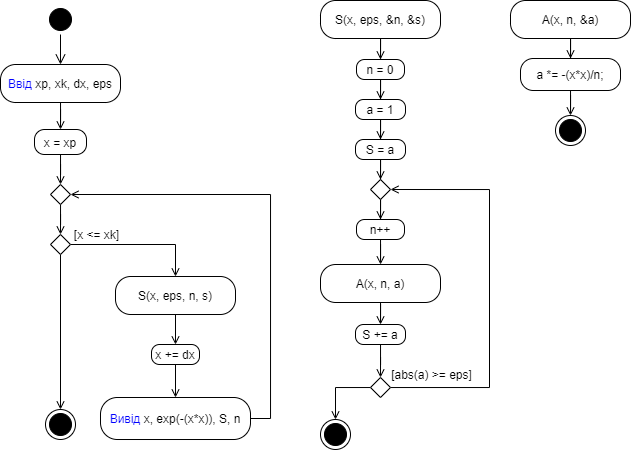
This is UML.png from fhctyw/Lab5.2, a draw.io export, as it was before one commit. Source tidied: cells renumbered, new cells last; positions are measured from the earlier drawing's top-left corner, leaving out a move shared by most shapes. The source it was exported from:
```xml
<mxGraphModel>
  <root>
    <mxCell id="0" />
    <mxCell id="1" parent="0" />
    <mxCell id="2" style="ellipse;html=1;shape=startState;fillColor=#000000;strokeColor=#000000;" parent="1" vertex="1">
      <mxGeometry x="45" y="4" width="30" height="30" as="geometry" />
    </mxCell>
    <mxCell id="3" style="edgeStyle=orthogonalEdgeStyle;html=1;verticalAlign=bottom;endArrow=open;endSize=8;strokeColor=#000000;rounded=0;" parent="1" edge="1" source="2">
      <mxGeometry relative="1" as="geometry">
        <mxPoint x="60" y="64" as="targetPoint" />
      </mxGeometry>
    </mxCell>
    <mxCell id="4" style="edgeStyle=orthogonalEdgeStyle;rounded=0;jettySize=auto;html=1;entryX=0.5;entryY=0;entryDx=0;entryDy=0;endArrow=open;endFill=0;strokeColor=#000000;" parent="1" edge="1" source="5" target="12">
      <mxGeometry relative="1" as="geometry" />
    </mxCell>
    <mxCell id="5" value="&lt;font color=&quot;#0000ff&quot;&gt;Ввід &lt;/font&gt;xp, xk, dx, eps" style="rounded=1;whiteSpace=wrap;html=1;arcSize=40;" parent="1" vertex="1">
      <mxGeometry y="64" width="120" height="38" as="geometry" />
    </mxCell>
    <mxCell id="6" style="edgeStyle=orthogonalEdgeStyle;rounded=0;jettySize=auto;html=1;entryX=0.5;entryY=0;entryDx=0;entryDy=0;strokeColor=#000000;endArrow=open;endFill=0;" parent="1" edge="1" source="7" target="10">
      <mxGeometry relative="1" as="geometry" />
    </mxCell>
    <mxCell id="7" style="rhombus;whiteSpace=wrap;html=1;strokeColor=#000000;" parent="1" vertex="1">
      <mxGeometry x="50" y="184" width="20" height="20" as="geometry" />
    </mxCell>
    <mxCell id="8" style="edgeStyle=orthogonalEdgeStyle;rounded=0;jettySize=auto;html=1;entryX=0.5;entryY=0;entryDx=0;entryDy=0;endArrow=open;endFill=0;strokeColor=#000000;" parent="1" edge="1" source="10" target="36">
      <mxGeometry relative="1" as="geometry" />
    </mxCell>
    <mxCell id="9" style="edgeStyle=orthogonalEdgeStyle;rounded=0;jettySize=auto;html=1;entryX=0.5;entryY=0;entryDx=0;entryDy=0;endArrow=open;endFill=0;strokeColor=#000000;" parent="1" edge="1" source="10" target="16">
      <mxGeometry relative="1" as="geometry" />
    </mxCell>
    <mxCell id="10" style="rhombus;whiteSpace=wrap;html=1;strokeColor=#000000;" parent="1" vertex="1">
      <mxGeometry x="50" y="234" width="20" height="20" as="geometry" />
    </mxCell>
    <mxCell id="11" style="edgeStyle=orthogonalEdgeStyle;rounded=0;jettySize=auto;html=1;entryX=0.5;entryY=0;entryDx=0;entryDy=0;endArrow=open;endFill=0;strokeColor=#000000;" parent="1" edge="1" source="12" target="7">
      <mxGeometry relative="1" as="geometry" />
    </mxCell>
    <mxCell id="12" value="x = xp" style="rounded=1;whiteSpace=wrap;html=1;arcSize=40;" parent="1" vertex="1">
      <mxGeometry x="34" y="129" width="52" height="25" as="geometry" />
    </mxCell>
    <mxCell id="13" value="[x &amp;lt;= xk]" style="text;html=1;align=center;verticalAlign=middle;strokeColor=none;fillColor=none;" parent="1" vertex="1">
      <mxGeometry x="66" y="224" width="60" height="20" as="geometry" />
    </mxCell>
    <mxCell id="14" style="edgeStyle=orthogonalEdgeStyle;rounded=0;jettySize=auto;html=1;entryX=1;entryY=0.5;entryDx=0;entryDy=0;endArrow=open;endFill=0;" parent="1" edge="1" source="15" target="7">
      <mxGeometry relative="1" as="geometry">
        <Array as="points">
          <mxPoint x="270" y="418" />
          <mxPoint x="270" y="194" />
        </Array>
      </mxGeometry>
    </mxCell>
    <mxCell id="15" value="&lt;font color=&quot;#0000ff&quot;&gt;Вивід &lt;/font&gt;x, exp(-(x*x)), S, n" style="rounded=1;whiteSpace=wrap;html=1;arcSize=40;" parent="1" vertex="1">
      <mxGeometry x="100" y="397" width="150" height="42" as="geometry" />
    </mxCell>
    <mxCell id="16" style="ellipse;html=1;shape=endState;fillColor=#000000;strokeColor=#000000;" parent="1" vertex="1">
      <mxGeometry x="45" y="409" width="30" height="30" as="geometry" />
    </mxCell>
    <mxCell id="17" style="edgeStyle=orthogonalEdgeStyle;rounded=0;jettySize=auto;html=1;entryX=0.5;entryY=0;entryDx=0;entryDy=0;endArrow=open;endFill=0;strokeColor=#000000;" parent="1" edge="1" source="18" target="20">
      <mxGeometry relative="1" as="geometry" />
    </mxCell>
    <mxCell id="18" value="n = 0" style="rounded=1;whiteSpace=wrap;html=1;arcSize=40;" parent="1" vertex="1">
      <mxGeometry x="356" y="59" width="48" height="20" as="geometry" />
    </mxCell>
    <mxCell id="19" style="edgeStyle=orthogonalEdgeStyle;rounded=0;jettySize=auto;html=1;entryX=0.5;entryY=0;entryDx=0;entryDy=0;endArrow=open;endFill=0;strokeColor=#000000;" parent="1" edge="1" source="20" target="22">
      <mxGeometry relative="1" as="geometry" />
    </mxCell>
    <mxCell id="20" value="a = 1" style="rounded=1;whiteSpace=wrap;html=1;arcSize=40;" parent="1" vertex="1">
      <mxGeometry x="355" y="99" width="50" height="20" as="geometry" />
    </mxCell>
    <mxCell id="21" style="edgeStyle=orthogonalEdgeStyle;rounded=0;jettySize=auto;html=1;entryX=0.5;entryY=0;entryDx=0;entryDy=0;endArrow=open;endFill=0;strokeColor=#000000;" parent="1" edge="1" source="22" target="24">
      <mxGeometry relative="1" as="geometry" />
    </mxCell>
    <mxCell id="22" value="S = a" style="rounded=1;whiteSpace=wrap;html=1;arcSize=40;" parent="1" vertex="1">
      <mxGeometry x="355" y="139" width="50" height="20" as="geometry" />
    </mxCell>
    <mxCell id="23" style="edgeStyle=orthogonalEdgeStyle;rounded=0;jettySize=auto;html=1;entryX=0.5;entryY=0;entryDx=0;entryDy=0;endArrow=open;endFill=0;strokeColor=#000000;" parent="1" edge="1" source="24" target="26">
      <mxGeometry relative="1" as="geometry" />
    </mxCell>
    <mxCell id="24" style="rhombus;whiteSpace=wrap;html=1;strokeColor=#000000;" parent="1" vertex="1">
      <mxGeometry x="370" y="179" width="20" height="20" as="geometry" />
    </mxCell>
    <mxCell id="25" style="edgeStyle=orthogonalEdgeStyle;rounded=0;jettySize=auto;html=1;endArrow=open;endFill=0;strokeColor=#000000;" parent="1" edge="1" source="26" target="40">
      <mxGeometry relative="1" as="geometry" />
    </mxCell>
    <mxCell id="26" value="n++" style="rounded=1;whiteSpace=wrap;html=1;arcSize=40;" parent="1" vertex="1">
      <mxGeometry x="356" y="219" width="48" height="20" as="geometry" />
    </mxCell>
    <mxCell id="27" style="edgeStyle=orthogonalEdgeStyle;rounded=0;jettySize=auto;html=1;entryX=1;entryY=0.5;entryDx=0;entryDy=0;endArrow=open;endFill=0;" parent="1" edge="1" source="29" target="24">
      <mxGeometry relative="1" as="geometry">
        <Array as="points">
          <mxPoint x="489" y="387" />
          <mxPoint x="489" y="189" />
        </Array>
      </mxGeometry>
    </mxCell>
    <mxCell id="28" style="edgeStyle=orthogonalEdgeStyle;rounded=0;jettySize=auto;html=1;entryX=0.5;entryY=0;entryDx=0;entryDy=0;fontColor=#000000;endArrow=open;endFill=0;" parent="1" edge="1" source="29" target="41">
      <mxGeometry relative="1" as="geometry" />
    </mxCell>
    <mxCell id="29" style="rhombus;whiteSpace=wrap;html=1;strokeColor=#000000;" parent="1" vertex="1">
      <mxGeometry x="370" y="377" width="20" height="20" as="geometry" />
    </mxCell>
    <mxCell id="30" value="[abs(a) &amp;gt;= eps]" style="text;html=1;align=center;verticalAlign=middle;strokeColor=none;fillColor=none;" parent="1" vertex="1">
      <mxGeometry x="381" y="364" width="100" height="20" as="geometry" />
    </mxCell>
    <mxCell id="31" style="edgeStyle=orthogonalEdgeStyle;rounded=0;jettySize=auto;html=1;entryX=0.5;entryY=0;entryDx=0;entryDy=0;endArrow=open;endFill=0;" parent="1" edge="1" source="32" target="29">
      <mxGeometry relative="1" as="geometry" />
    </mxCell>
    <mxCell id="32" value="S += a" style="rounded=1;whiteSpace=wrap;html=1;arcSize=40;" parent="1" vertex="1">
      <mxGeometry x="355" y="324" width="50" height="20" as="geometry" />
    </mxCell>
    <mxCell id="33" style="edgeStyle=orthogonalEdgeStyle;rounded=0;jettySize=auto;html=1;entryX=0.5;entryY=0;entryDx=0;entryDy=0;endArrow=open;endFill=0;" parent="1" edge="1" source="34" target="15">
      <mxGeometry relative="1" as="geometry" />
    </mxCell>
    <mxCell id="34" value="x += dx" style="rounded=1;whiteSpace=wrap;html=1;arcSize=40;" parent="1" vertex="1">
      <mxGeometry x="151" y="344" width="48" height="20" as="geometry" />
    </mxCell>
    <mxCell id="35" style="edgeStyle=orthogonalEdgeStyle;rounded=0;jettySize=auto;html=1;entryX=0.5;entryY=0;entryDx=0;entryDy=0;fontColor=#000000;endArrow=open;endFill=0;" parent="1" edge="1" source="36" target="34">
      <mxGeometry relative="1" as="geometry" />
    </mxCell>
    <mxCell id="36" value="S(x, eps, n, s)" style="rounded=1;whiteSpace=wrap;html=1;arcSize=40;" parent="1" vertex="1">
      <mxGeometry x="115" y="276" width="120" height="38" as="geometry" />
    </mxCell>
    <mxCell id="37" style="edgeStyle=orthogonalEdgeStyle;rounded=0;jettySize=auto;html=1;entryX=0.5;entryY=0;entryDx=0;entryDy=0;fontColor=#000000;endArrow=open;endFill=0;" parent="1" edge="1" source="38" target="18">
      <mxGeometry relative="1" as="geometry" />
    </mxCell>
    <mxCell id="38" value="S(x, eps, &amp;amp;n, &amp;amp;s)" style="rounded=1;whiteSpace=wrap;html=1;arcSize=40;" parent="1" vertex="1">
      <mxGeometry x="320" width="120" height="38" as="geometry" />
    </mxCell>
    <mxCell id="39" style="edgeStyle=orthogonalEdgeStyle;rounded=0;jettySize=auto;html=1;entryX=0.5;entryY=0;entryDx=0;entryDy=0;fontColor=#000000;endArrow=open;endFill=0;" parent="1" edge="1" source="40" target="32">
      <mxGeometry relative="1" as="geometry" />
    </mxCell>
    <mxCell id="40" value="A(x, n, a)" style="rounded=1;whiteSpace=wrap;html=1;arcSize=40;" parent="1" vertex="1">
      <mxGeometry x="320" y="264" width="120" height="38" as="geometry" />
    </mxCell>
    <mxCell id="41" style="ellipse;html=1;shape=endState;fillColor=#000000;strokeColor=#000000;" parent="1" vertex="1">
      <mxGeometry x="320" y="419" width="30" height="30" as="geometry" />
    </mxCell>
    <mxCell id="42" style="edgeStyle=orthogonalEdgeStyle;rounded=0;jettySize=auto;html=1;fontColor=#000000;endArrow=open;endFill=0;" parent="1" edge="1" source="43" target="45">
      <mxGeometry relative="1" as="geometry" />
    </mxCell>
    <mxCell id="43" value="A(x, n, &amp;amp;a)" style="rounded=1;whiteSpace=wrap;html=1;arcSize=40;" parent="1" vertex="1">
      <mxGeometry x="510" width="120" height="38" as="geometry" />
    </mxCell>
    <mxCell id="44" style="edgeStyle=orthogonalEdgeStyle;rounded=0;jettySize=auto;html=1;entryX=0.5;entryY=0;entryDx=0;entryDy=0;fontColor=#000000;endArrow=open;endFill=0;" parent="1" edge="1" source="45" target="46">
      <mxGeometry relative="1" as="geometry" />
    </mxCell>
    <mxCell id="45" value="a *= -(x*x)/n;" style="rounded=1;whiteSpace=wrap;html=1;arcSize=40;" parent="1" vertex="1">
      <mxGeometry x="520" y="58" width="100" height="32" as="geometry" />
    </mxCell>
    <mxCell id="46" style="ellipse;html=1;shape=endState;fillColor=#000000;strokeColor=#000000;" parent="1" vertex="1">
      <mxGeometry x="555" y="115" width="30" height="30" as="geometry" />
    </mxCell>
  </root>
</mxGraphModel>
```
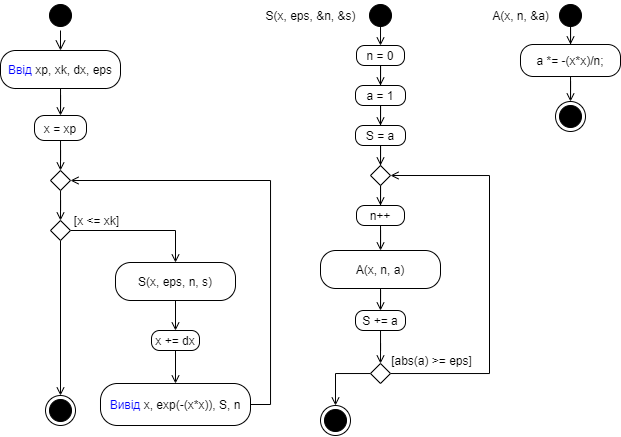
The same diagram one commit later.

Commit message:
remake UML

What changed in the source:
```diff
@@ -3,7 +3,7 @@
     <mxCell id="0" />
     <mxCell id="1" parent="0" />
     <mxCell id="2" style="ellipse;html=1;shape=startState;fillColor=#000000;strokeColor=#000000;" parent="1" vertex="1">
-      <mxGeometry x="45" y="4" width="30" height="30" as="geometry" />
+      <mxGeometry x="45" y="14" width="30" height="30" as="geometry" />
     </mxCell>
     <mxCell id="3" style="edgeStyle=orthogonalEdgeStyle;html=1;verticalAlign=bottom;endArrow=open;endSize=8;strokeColor=#000000;rounded=0;" parent="1" edge="1" source="2">
       <mxGeometry relative="1" as="geometry">
@@ -119,12 +119,11 @@
     <mxCell id="36" value="S(x, eps, n, s)" style="rounded=1;whiteSpace=wrap;html=1;arcSize=40;" parent="1" vertex="1">
       <mxGeometry x="115" y="276" width="120" height="38" as="geometry" />
     </mxCell>
-    <mxCell id="37" style="edgeStyle=orthogonalEdgeStyle;rounded=0;jettySize=auto;html=1;entryX=0.5;entryY=0;entryDx=0;entryDy=0;fontColor=#000000;endArrow=open;endFill=0;" parent="1" edge="1" source="38" target="18">
-      <mxGeometry relative="1" as="geometry" />
+    <mxCell id="37" style="edgeStyle=orthogonalEdgeStyle;rounded=0;jettySize=auto;html=1;entryX=0.5;entryY=0;entryDx=0;entryDy=0;fontColor=#000000;endArrow=open;endFill=0;" parent="1" edge="1" target="18">
+      <mxGeometry relative="1" as="geometry">
+        <mxPoint x="380" y="38" as="sourcePoint" />
+      </mxGeometry>
     </mxCell>
-    <mxCell id="38" value="S(x, eps, &amp;amp;n, &amp;amp;s)" style="rounded=1;whiteSpace=wrap;html=1;arcSize=40;" parent="1" vertex="1">
-      <mxGeometry x="320" width="120" height="38" as="geometry" />
-    </mxCell>
     <mxCell id="39" style="edgeStyle=orthogonalEdgeStyle;rounded=0;jettySize=auto;html=1;entryX=0.5;entryY=0;entryDx=0;entryDy=0;fontColor=#000000;endArrow=open;endFill=0;" parent="1" edge="1" source="40" target="32">
       <mxGeometry relative="1" as="geometry" />
     </mxCell>
@@ -134,12 +133,11 @@
     <mxCell id="41" style="ellipse;html=1;shape=endState;fillColor=#000000;strokeColor=#000000;" parent="1" vertex="1">
       <mxGeometry x="320" y="419" width="30" height="30" as="geometry" />
     </mxCell>
-    <mxCell id="42" style="edgeStyle=orthogonalEdgeStyle;rounded=0;jettySize=auto;html=1;fontColor=#000000;endArrow=open;endFill=0;" parent="1" edge="1" source="43" target="45">
-      <mxGeometry relative="1" as="geometry" />
+    <mxCell id="42" style="edgeStyle=orthogonalEdgeStyle;rounded=0;jettySize=auto;html=1;fontColor=#000000;endArrow=open;endFill=0;" parent="1" edge="1" target="45">
+      <mxGeometry relative="1" as="geometry">
+        <mxPoint x="570" y="38" as="sourcePoint" />
+      </mxGeometry>
     </mxCell>
-    <mxCell id="43" value="A(x, n, &amp;amp;a)" style="rounded=1;whiteSpace=wrap;html=1;arcSize=40;" parent="1" vertex="1">
-      <mxGeometry x="510" width="120" height="38" as="geometry" />
-    </mxCell>
     <mxCell id="44" style="edgeStyle=orthogonalEdgeStyle;rounded=0;jettySize=auto;html=1;entryX=0.5;entryY=0;entryDx=0;entryDy=0;fontColor=#000000;endArrow=open;endFill=0;" parent="1" edge="1" source="45" target="46">
       <mxGeometry relative="1" as="geometry" />
     </mxCell>
@@ -149,5 +147,17 @@
     <mxCell id="46" style="ellipse;html=1;shape=endState;fillColor=#000000;strokeColor=#000000;" parent="1" vertex="1">
       <mxGeometry x="555" y="115" width="30" height="30" as="geometry" />
     </mxCell>
+    <mxCell id="38" value="&lt;span&gt;S(x, eps, &amp;amp;n, &amp;amp;s)&lt;/span&gt;" style="text;html=1;align=center;verticalAlign=middle;points=[];strokeColor=none;fillColor=none;" parent="1" vertex="1">
+      <mxGeometry x="255" y="19" width="110" height="20" as="geometry" />
+    </mxCell>
+    <mxCell id="47" style="ellipse;html=1;shape=startState;fillColor=#000000;strokeColor=#000000;" parent="1" vertex="1">
+      <mxGeometry x="365" y="14" width="30" height="30" as="geometry" />
+    </mxCell>
+    <mxCell id="43" value="&lt;span&gt;A(x, n, &amp;amp;a)&lt;/span&gt;" style="text;html=1;align=center;verticalAlign=middle;points=[];strokeColor=none;fillColor=none;" parent="1" vertex="1">
+      <mxGeometry x="485" y="19" width="70" height="20" as="geometry" />
+    </mxCell>
+    <mxCell id="48" style="ellipse;html=1;shape=startState;fillColor=#000000;strokeColor=#000000;" parent="1" vertex="1">
+      <mxGeometry x="555" y="14" width="30" height="30" as="geometry" />
+    </mxCell>
   </root>
 </mxGraphModel>
```
